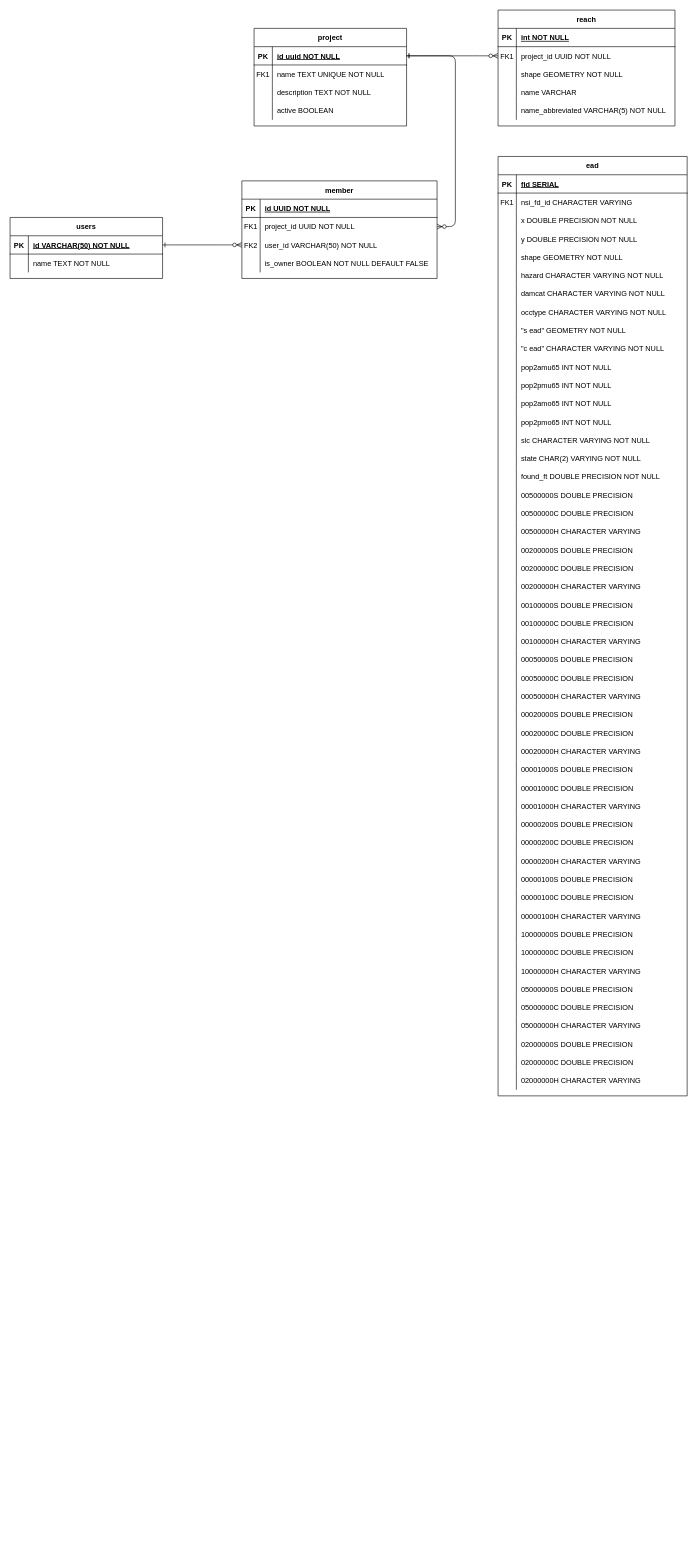
USACE/chart-docs keeps this draw.io diagram as Untitled Diagram.drawio. Above is the earlier version. Source tidied: cells renumbered, new cells numbered last; positions are measured from the earlier drawing's top-left corner, leaving out a move shared by most shapes. Both pictures are drawn from the tidied source at 61%, with x=0, y=0 at pixel (10, 10).
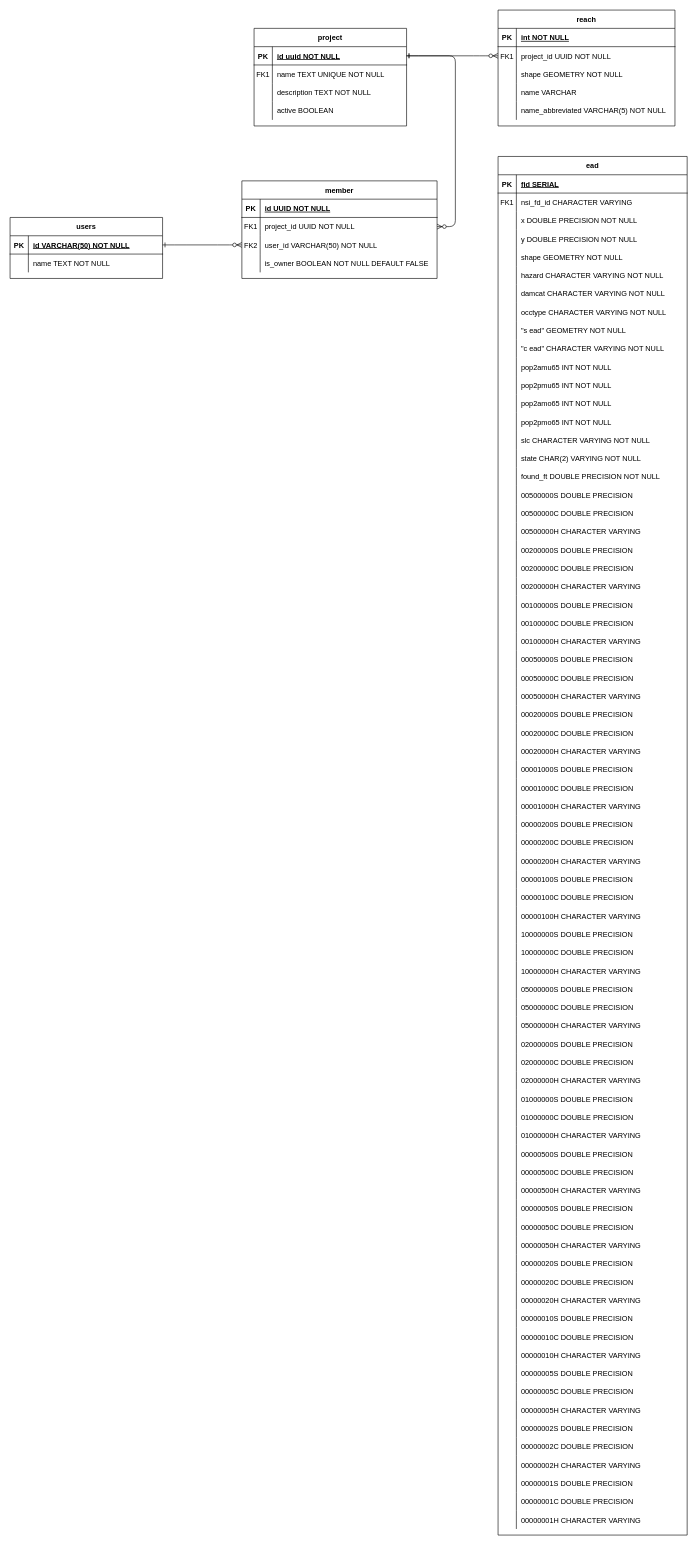
The same page after the edit.

Change to the diagram source:
```diff
@@
     <mxCell id="52" value="ead" style="shape=table;startSize=30;childLayout=tableLayout;rowLines=0;fontStyle=1;align=center;" parent="1" vertex="1">
-      <mxGeometry x="800" y="240" width="310" height="1540" as="geometry" />
+      <mxGeometry x="800" y="240" width="310" height="2260" as="geometry" />
     </mxCell>
@@
+    <mxCell id="205" style="shape=partialRectangle;fillColor=none;top=0;left=0;right=0;bottom=0;" parent="52" vertex="1">
+      <mxGeometry y="1530" width="310" height="30" as="geometry" />
+    </mxCell>
+    <mxCell id="206" style="shape=partialRectangle;overflow=hidden;fillColor=none;top=0;left=0;bottom=0;right=0;" parent="205" vertex="1">
+      <mxGeometry width="30" height="30" as="geometry" />
+    </mxCell>
+    <mxCell id="207" value="01000000S DOUBLE PRECISION" style="shape=partialRectangle;overflow=hidden;fillColor=none;top=0;left=0;bottom=0;right=0;align=left;spacingLeft=6;" parent="205" vertex="1">
+      <mxGeometry x="30" width="280" height="30" as="geometry" />
+    </mxCell>
+    <mxCell id="208" style="shape=partialRectangle;fillColor=none;top=0;left=0;right=0;bottom=0;" parent="52" vertex="1">
+      <mxGeometry y="1560" width="310" height="30" as="geometry" />
+    </mxCell>
+    <mxCell id="209" style="shape=partialRectangle;overflow=hidden;fillColor=none;top=0;left=0;bottom=0;right=0;" parent="208" vertex="1">
+      <mxGeometry width="30" height="30" as="geometry" />
+    </mxCell>
+    <mxCell id="210" value="01000000C DOUBLE PRECISION" style="shape=partialRectangle;overflow=hidden;fillColor=none;top=0;left=0;bottom=0;right=0;align=left;spacingLeft=6;" parent="208" vertex="1">
+      <mxGeometry x="30" width="280" height="30" as="geometry" />
+    </mxCell>
+    <mxCell id="211" style="shape=partialRectangle;fillColor=none;top=0;left=0;right=0;bottom=0;" parent="52" vertex="1">
+      <mxGeometry y="1590" width="310" height="30" as="geometry" />
+    </mxCell>
+    <mxCell id="212" style="shape=partialRectangle;overflow=hidden;fillColor=none;top=0;left=0;bottom=0;right=0;" parent="211" vertex="1">
+      <mxGeometry width="30" height="30" as="geometry" />
+    </mxCell>
+    <mxCell id="213" value="01000000H CHARACTER VARYING" style="shape=partialRectangle;overflow=hidden;fillColor=none;top=0;left=0;bottom=0;right=0;align=left;spacingLeft=6;" parent="211" vertex="1">
+      <mxGeometry x="30" width="280" height="30" as="geometry" />
+    </mxCell>
+    <mxCell id="214" style="shape=partialRectangle;fillColor=none;top=0;left=0;right=0;bottom=0;" parent="52" vertex="1">
+      <mxGeometry y="1620" width="310" height="30" as="geometry" />
+    </mxCell>
+    <mxCell id="215" style="shape=partialRectangle;overflow=hidden;fillColor=none;top=0;left=0;bottom=0;right=0;" parent="214" vertex="1">
+      <mxGeometry width="30" height="30" as="geometry" />
+    </mxCell>
+    <mxCell id="216" value="00000500S DOUBLE PRECISION" style="shape=partialRectangle;overflow=hidden;fillColor=none;top=0;left=0;bottom=0;right=0;align=left;spacingLeft=6;" parent="214" vertex="1">
+      <mxGeometry x="30" width="280" height="30" as="geometry" />
+    </mxCell>
+    <mxCell id="217" style="shape=partialRectangle;fillColor=none;top=0;left=0;right=0;bottom=0;" parent="52" vertex="1">
+      <mxGeometry y="1650" width="310" height="30" as="geometry" />
+    </mxCell>
+    <mxCell id="218" style="shape=partialRectangle;overflow=hidden;fillColor=none;top=0;left=0;bottom=0;right=0;" parent="217" vertex="1">
+      <mxGeometry width="30" height="30" as="geometry" />
+    </mxCell>
+    <mxCell id="219" value="00000500C DOUBLE PRECISION" style="shape=partialRectangle;overflow=hidden;fillColor=none;top=0;left=0;bottom=0;right=0;align=left;spacingLeft=6;" parent="217" vertex="1">
+      <mxGeometry x="30" width="280" height="30" as="geometry" />
+    </mxCell>
+    <mxCell id="220" style="shape=partialRectangle;fillColor=none;top=0;left=0;right=0;bottom=0;" parent="52" vertex="1">
+      <mxGeometry y="1680" width="310" height="30" as="geometry" />
+    </mxCell>
+    <mxCell id="221" style="shape=partialRectangle;overflow=hidden;fillColor=none;top=0;left=0;bottom=0;right=0;" parent="220" vertex="1">
+      <mxGeometry width="30" height="30" as="geometry" />
+    </mxCell>
+    <mxCell id="222" value="00000500H CHARACTER VARYING" style="shape=partialRectangle;overflow=hidden;fillColor=none;top=0;left=0;bottom=0;right=0;align=left;spacingLeft=6;" parent="220" vertex="1">
+      <mxGeometry x="30" width="280" height="30" as="geometry" />
+    </mxCell>
+    <mxCell id="223" style="shape=partialRectangle;fillColor=none;top=0;left=0;right=0;bottom=0;" parent="52" vertex="1">
+      <mxGeometry y="1710" width="310" height="30" as="geometry" />
+    </mxCell>
+    <mxCell id="224" style="shape=partialRectangle;overflow=hidden;fillColor=none;top=0;left=0;bottom=0;right=0;" parent="223" vertex="1">
+      <mxGeometry width="30" height="30" as="geometry" />
+    </mxCell>
+    <mxCell id="225" value="00000050S DOUBLE PRECISION" style="shape=partialRectangle;overflow=hidden;fillColor=none;top=0;left=0;bottom=0;right=0;align=left;spacingLeft=6;" parent="223" vertex="1">
+      <mxGeometry x="30" width="280" height="30" as="geometry" />
+    </mxCell>
+    <mxCell id="226" style="shape=partialRectangle;fillColor=none;top=0;left=0;right=0;bottom=0;" parent="52" vertex="1">
+      <mxGeometry y="1740" width="310" height="30" as="geometry" />
+    </mxCell>
+    <mxCell id="227" style="shape=partialRectangle;overflow=hidden;fillColor=none;top=0;left=0;bottom=0;right=0;" parent="226" vertex="1">
+      <mxGeometry width="30" height="30" as="geometry" />
+    </mxCell>
+    <mxCell id="228" value="00000050C DOUBLE PRECISION" style="shape=partialRectangle;overflow=hidden;fillColor=none;top=0;left=0;bottom=0;right=0;align=left;spacingLeft=6;" parent="226" vertex="1">
+      <mxGeometry x="30" width="280" height="30" as="geometry" />
+    </mxCell>
+    <mxCell id="229" style="shape=partialRectangle;fillColor=none;top=0;left=0;right=0;bottom=0;" parent="52" vertex="1">
+      <mxGeometry y="1770" width="310" height="30" as="geometry" />
+    </mxCell>
+    <mxCell id="230" style="shape=partialRectangle;overflow=hidden;fillColor=none;top=0;left=0;bottom=0;right=0;" parent="229" vertex="1">
+      <mxGeometry width="30" height="30" as="geometry" />
+    </mxCell>
+    <mxCell id="231" value="00000050H CHARACTER VARYING" style="shape=partialRectangle;overflow=hidden;fillColor=none;top=0;left=0;bottom=0;right=0;align=left;spacingLeft=6;" parent="229" vertex="1">
+      <mxGeometry x="30" width="280" height="30" as="geometry" />
+    </mxCell>
+    <mxCell id="232" style="shape=partialRectangle;fillColor=none;top=0;left=0;right=0;bottom=0;" parent="52" vertex="1">
+      <mxGeometry y="1800" width="310" height="30" as="geometry" />
+    </mxCell>
+    <mxCell id="233" style="shape=partialRectangle;overflow=hidden;fillColor=none;top=0;left=0;bottom=0;right=0;" parent="232" vertex="1">
+      <mxGeometry width="30" height="30" as="geometry" />
+    </mxCell>
+    <mxCell id="234" value="00000020S DOUBLE PRECISION" style="shape=partialRectangle;overflow=hidden;fillColor=none;top=0;left=0;bottom=0;right=0;align=left;spacingLeft=6;" parent="232" vertex="1">
+      <mxGeometry x="30" width="280" height="30" as="geometry" />
+    </mxCell>
+    <mxCell id="235" style="shape=partialRectangle;fillColor=none;top=0;left=0;right=0;bottom=0;" parent="52" vertex="1">
+      <mxGeometry y="1830" width="310" height="30" as="geometry" />
+    </mxCell>
+    <mxCell id="236" style="shape=partialRectangle;overflow=hidden;fillColor=none;top=0;left=0;bottom=0;right=0;" parent="235" vertex="1">
+      <mxGeometry width="30" height="30" as="geometry" />
+    </mxCell>
+    <mxCell id="237" value="00000020C DOUBLE PRECISION" style="shape=partialRectangle;overflow=hidden;fillColor=none;top=0;left=0;bottom=0;right=0;align=left;spacingLeft=6;" parent="235" vertex="1">
+      <mxGeometry x="30" width="280" height="30" as="geometry" />
+    </mxCell>
+    <mxCell id="238" style="shape=partialRectangle;fillColor=none;top=0;left=0;right=0;bottom=0;" parent="52" vertex="1">
+      <mxGeometry y="1860" width="310" height="30" as="geometry" />
+    </mxCell>
+    <mxCell id="239" style="shape=partialRectangle;overflow=hidden;fillColor=none;top=0;left=0;bottom=0;right=0;" parent="238" vertex="1">
+      <mxGeometry width="30" height="30" as="geometry" />
+    </mxCell>
+    <mxCell id="240" value="00000020H CHARACTER VARYING" style="shape=partialRectangle;overflow=hidden;fillColor=none;top=0;left=0;bottom=0;right=0;align=left;spacingLeft=6;" parent="238" vertex="1">
+      <mxGeometry x="30" width="280" height="30" as="geometry" />
+    </mxCell>
+    <mxCell id="241" style="shape=partialRectangle;fillColor=none;top=0;left=0;right=0;bottom=0;" parent="52" vertex="1">
+      <mxGeometry y="1890" width="310" height="30" as="geometry" />
+    </mxCell>
+    <mxCell id="242" style="shape=partialRectangle;overflow=hidden;fillColor=none;top=0;left=0;bottom=0;right=0;" parent="241" vertex="1">
+      <mxGeometry width="30" height="30" as="geometry" />
+    </mxCell>
+    <mxCell id="243" value="00000010S DOUBLE PRECISION" style="shape=partialRectangle;overflow=hidden;fillColor=none;top=0;left=0;bottom=0;right=0;align=left;spacingLeft=6;" parent="241" vertex="1">
+      <mxGeometry x="30" width="280" height="30" as="geometry" />
+    </mxCell>
+    <mxCell id="244" style="shape=partialRectangle;fillColor=none;top=0;left=0;right=0;bottom=0;" parent="52" vertex="1">
+      <mxGeometry y="1920" width="310" height="30" as="geometry" />
+    </mxCell>
+    <mxCell id="245" style="shape=partialRectangle;overflow=hidden;fillColor=none;top=0;left=0;bottom=0;right=0;" parent="244" vertex="1">
+      <mxGeometry width="30" height="30" as="geometry" />
+    </mxCell>
+    <mxCell id="246" value="00000010C DOUBLE PRECISION" style="shape=partialRectangle;overflow=hidden;fillColor=none;top=0;left=0;bottom=0;right=0;align=left;spacingLeft=6;" parent="244" vertex="1">
+      <mxGeometry x="30" width="280" height="30" as="geometry" />
+    </mxCell>
+    <mxCell id="247" style="shape=partialRectangle;fillColor=none;top=0;left=0;right=0;bottom=0;" parent="52" vertex="1">
+      <mxGeometry y="1950" width="310" height="30" as="geometry" />
+    </mxCell>
+    <mxCell id="248" style="shape=partialRectangle;overflow=hidden;fillColor=none;top=0;left=0;bottom=0;right=0;" parent="247" vertex="1">
+      <mxGeometry width="30" height="30" as="geometry" />
+    </mxCell>
+    <mxCell id="249" value="00000010H CHARACTER VARYING" style="shape=partialRectangle;overflow=hidden;fillColor=none;top=0;left=0;bottom=0;right=0;align=left;spacingLeft=6;" parent="247" vertex="1">
+      <mxGeometry x="30" width="280" height="30" as="geometry" />
+    </mxCell>
+    <mxCell id="250" style="shape=partialRectangle;fillColor=none;top=0;left=0;right=0;bottom=0;" parent="52" vertex="1">
+      <mxGeometry y="1980" width="310" height="30" as="geometry" />
+    </mxCell>
+    <mxCell id="251" style="shape=partialRectangle;overflow=hidden;fillColor=none;top=0;left=0;bottom=0;right=0;" parent="250" vertex="1">
+      <mxGeometry width="30" height="30" as="geometry" />
+    </mxCell>
+    <mxCell id="252" value="00000005S DOUBLE PRECISION" style="shape=partialRectangle;overflow=hidden;fillColor=none;top=0;left=0;bottom=0;right=0;align=left;spacingLeft=6;" parent="250" vertex="1">
+      <mxGeometry x="30" width="280" height="30" as="geometry" />
+    </mxCell>
+    <mxCell id="253" style="shape=partialRectangle;fillColor=none;top=0;left=0;right=0;bottom=0;" parent="52" vertex="1">
+      <mxGeometry y="2010" width="310" height="30" as="geometry" />
+    </mxCell>
+    <mxCell id="254" style="shape=partialRectangle;overflow=hidden;fillColor=none;top=0;left=0;bottom=0;right=0;" parent="253" vertex="1">
+      <mxGeometry width="30" height="30" as="geometry" />
+    </mxCell>
+    <mxCell id="255" value="00000005C DOUBLE PRECISION" style="shape=partialRectangle;overflow=hidden;fillColor=none;top=0;left=0;bottom=0;right=0;align=left;spacingLeft=6;" parent="253" vertex="1">
+      <mxGeometry x="30" width="280" height="30" as="geometry" />
+    </mxCell>
+    <mxCell id="256" style="shape=partialRectangle;fillColor=none;top=0;left=0;right=0;bottom=0;" parent="52" vertex="1">
+      <mxGeometry y="2040" width="310" height="30" as="geometry" />
+    </mxCell>
+    <mxCell id="257" style="shape=partialRectangle;overflow=hidden;fillColor=none;top=0;left=0;bottom=0;right=0;" parent="256" vertex="1">
+      <mxGeometry width="30" height="30" as="geometry" />
+    </mxCell>
+    <mxCell id="258" value="00000005H CHARACTER VARYING" style="shape=partialRectangle;overflow=hidden;fillColor=none;top=0;left=0;bottom=0;right=0;align=left;spacingLeft=6;" parent="256" vertex="1">
+      <mxGeometry x="30" width="280" height="30" as="geometry" />
+    </mxCell>
+    <mxCell id="259" style="shape=partialRectangle;fillColor=none;top=0;left=0;right=0;bottom=0;" parent="52" vertex="1">
+      <mxGeometry y="2070" width="310" height="30" as="geometry" />
+    </mxCell>
+    <mxCell id="260" style="shape=partialRectangle;overflow=hidden;fillColor=none;top=0;left=0;bottom=0;right=0;" parent="259" vertex="1">
+      <mxGeometry width="30" height="30" as="geometry" />
+    </mxCell>
+    <mxCell id="261" value="00000002S DOUBLE PRECISION" style="shape=partialRectangle;overflow=hidden;fillColor=none;top=0;left=0;bottom=0;right=0;align=left;spacingLeft=6;" parent="259" vertex="1">
+      <mxGeometry x="30" width="280" height="30" as="geometry" />
+    </mxCell>
+    <mxCell id="262" style="shape=partialRectangle;fillColor=none;top=0;left=0;right=0;bottom=0;" parent="52" vertex="1">
+      <mxGeometry y="2100" width="310" height="30" as="geometry" />
+    </mxCell>
+    <mxCell id="263" style="shape=partialRectangle;overflow=hidden;fillColor=none;top=0;left=0;bottom=0;right=0;" parent="262" vertex="1">
+      <mxGeometry width="30" height="30" as="geometry" />
+    </mxCell>
+    <mxCell id="264" value="00000002C DOUBLE PRECISION" style="shape=partialRectangle;overflow=hidden;fillColor=none;top=0;left=0;bottom=0;right=0;align=left;spacingLeft=6;" parent="262" vertex="1">
+      <mxGeometry x="30" width="280" height="30" as="geometry" />
+    </mxCell>
+    <mxCell id="265" style="shape=partialRectangle;fillColor=none;top=0;left=0;right=0;bottom=0;" parent="52" vertex="1">
+      <mxGeometry y="2130" width="310" height="30" as="geometry" />
+    </mxCell>
+    <mxCell id="266" style="shape=partialRectangle;overflow=hidden;fillColor=none;top=0;left=0;bottom=0;right=0;" parent="265" vertex="1">
+      <mxGeometry width="30" height="30" as="geometry" />
+    </mxCell>
+    <mxCell id="267" value="00000002H CHARACTER VARYING" style="shape=partialRectangle;overflow=hidden;fillColor=none;top=0;left=0;bottom=0;right=0;align=left;spacingLeft=6;" parent="265" vertex="1">
+      <mxGeometry x="30" width="280" height="30" as="geometry" />
+    </mxCell>
+    <mxCell id="268" style="shape=partialRectangle;fillColor=none;top=0;left=0;right=0;bottom=0;" parent="52" vertex="1">
+      <mxGeometry y="2160" width="310" height="30" as="geometry" />
+    </mxCell>
+    <mxCell id="269" style="shape=partialRectangle;overflow=hidden;fillColor=none;top=0;left=0;bottom=0;right=0;" parent="268" vertex="1">
+      <mxGeometry width="30" height="30" as="geometry" />
+    </mxCell>
+    <mxCell id="270" value="00000001S DOUBLE PRECISION" style="shape=partialRectangle;overflow=hidden;fillColor=none;top=0;left=0;bottom=0;right=0;align=left;spacingLeft=6;" parent="268" vertex="1">
+      <mxGeometry x="30" width="280" height="30" as="geometry" />
+    </mxCell>
+    <mxCell id="271" style="shape=partialRectangle;fillColor=none;top=0;left=0;right=0;bottom=0;" parent="52" vertex="1">
+      <mxGeometry y="2190" width="310" height="30" as="geometry" />
+    </mxCell>
+    <mxCell id="272" style="shape=partialRectangle;overflow=hidden;fillColor=none;top=0;left=0;bottom=0;right=0;" parent="271" vertex="1">
+      <mxGeometry width="30" height="30" as="geometry" />
+    </mxCell>
+    <mxCell id="273" value="00000001C DOUBLE PRECISION" style="shape=partialRectangle;overflow=hidden;fillColor=none;top=0;left=0;bottom=0;right=0;align=left;spacingLeft=6;" parent="271" vertex="1">
+      <mxGeometry x="30" width="280" height="30" as="geometry" />
+    </mxCell>
+    <mxCell id="274" style="shape=partialRectangle;fillColor=none;top=0;left=0;right=0;bottom=0;" parent="52" vertex="1">
+      <mxGeometry y="2220" width="310" height="30" as="geometry" />
+    </mxCell>
+    <mxCell id="275" style="shape=partialRectangle;overflow=hidden;fillColor=none;top=0;left=0;bottom=0;right=0;" parent="274" vertex="1">
+      <mxGeometry width="30" height="30" as="geometry" />
+    </mxCell>
+    <mxCell id="276" value="00000001H CHARACTER VARYING" style="shape=partialRectangle;overflow=hidden;fillColor=none;top=0;left=0;bottom=0;right=0;align=left;spacingLeft=6;" parent="274" vertex="1">
+      <mxGeometry x="30" width="280" height="30" as="geometry" />
+    </mxCell>
```
